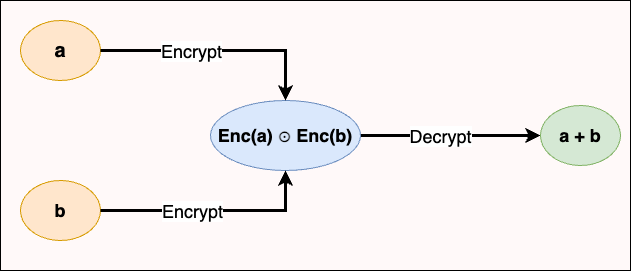
This is readme_images/overview-ho.png from Espes99/Neural-Homomorphic-Operation-System, a draw.io export, as it was before one commit. Source tidied: cells renumbered, new cells last; positions are measured from the earlier drawing's top-left corner, leaving out a move shared by most shapes.
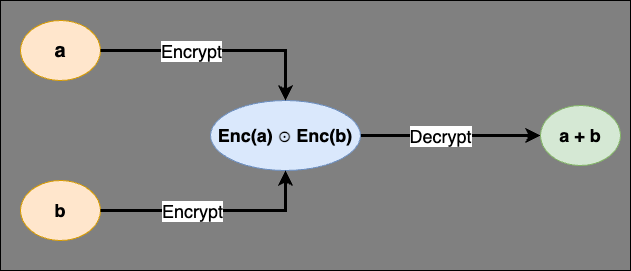
After the commit.

Diff of the diagram source:
```diff
@@ -2,7 +2,7 @@
   <root>
     <mxCell id="0" />
     <mxCell id="1" parent="0" />
-    <mxCell id="2" style="rounded=0;whiteSpace=wrap;html=1;fillColor=#FFF9F9;" parent="1" vertex="1">
+    <mxCell id="2" style="rounded=0;whiteSpace=wrap;html=1;fillColor=#808080;" parent="1" vertex="1">
       <mxGeometry width="630" height="270" as="geometry" />
     </mxCell>
     <mxCell id="3" value="&lt;font style=&quot;color: rgb(0, 0, 0); font-size: 20px;&quot;&gt;a&lt;/font&gt;" style="ellipse;whiteSpace=wrap;html=1;fillColor=#ffe6cc;strokeColor=#d79b00;fontStyle=1;" parent="1" vertex="1">
```
